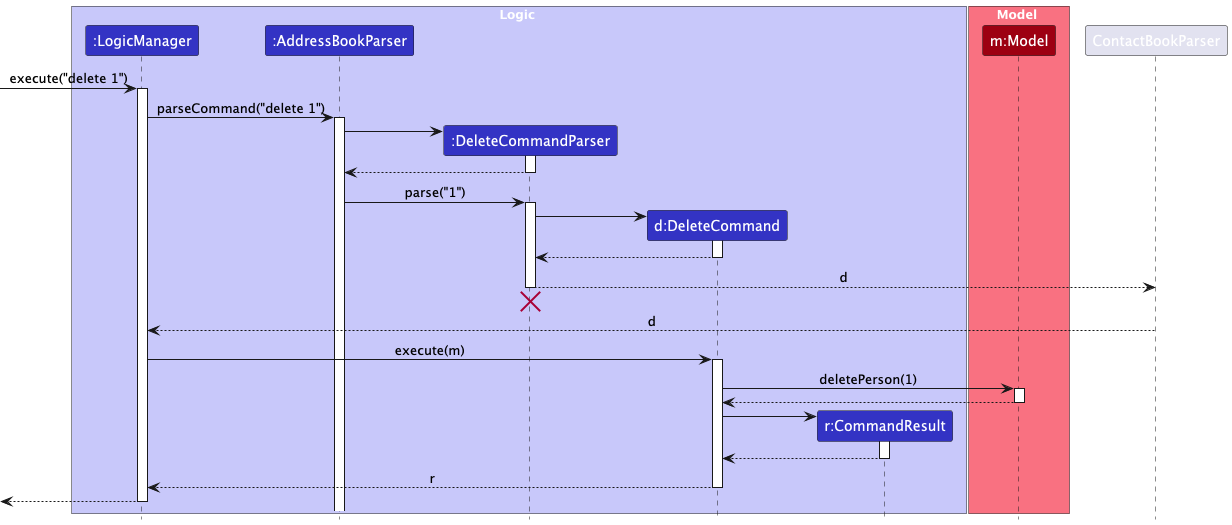
Earlier version of the PlantUML export docs/images/DeleteSequenceDiagram.png (zachchong/tp). The source it was exported from:
```plantuml
@startuml
!include style.puml
skinparam ArrowFontStyle plain

box Logic LOGIC_COLOR_T1
participant ":LogicManager" as LogicManager LOGIC_COLOR
participant ":AddressBookParser" as AddressBookParser LOGIC_COLOR
participant ":DeleteCommandParser" as DeleteCommandParser LOGIC_COLOR
participant "d:DeleteCommand" as DeleteCommand LOGIC_COLOR
participant "r:CommandResult" as CommandResult LOGIC_COLOR
end box

box Model MODEL_COLOR_T1
participant "m:Model" as Model MODEL_COLOR
end box

[-> LogicManager : execute("delete 1")
activate LogicManager

LogicManager -> AddressBookParser : parseCommand("delete 1")
activate AddressBookParser

create DeleteCommandParser
AddressBookParser -> DeleteCommandParser
activate DeleteCommandParser

DeleteCommandParser --> AddressBookParser
deactivate DeleteCommandParser

AddressBookParser -> DeleteCommandParser : parse("1")
activate DeleteCommandParser

create DeleteCommand
DeleteCommandParser -> DeleteCommand
activate DeleteCommand

DeleteCommand --> DeleteCommandParser :
deactivate DeleteCommand

DeleteCommandParser --> ContactBookParser : d
deactivate DeleteCommandParser
DeleteCommandParser -[hidden]-> ContactBookParser
destroy DeleteCommandParser

ContactBookParser --> LogicManager : d
deactivate ContactBookParser

LogicManager -> DeleteCommand : execute(m)
activate DeleteCommand

DeleteCommand -> Model : deletePerson(1)
activate Model

Model --> DeleteCommand
deactivate Model

create CommandResult
DeleteCommand -> CommandResult
activate CommandResult

CommandResult --> DeleteCommand
deactivate CommandResult

DeleteCommand --> LogicManager : r
deactivate DeleteCommand

[<--LogicManager
deactivate LogicManager
@enduml
```
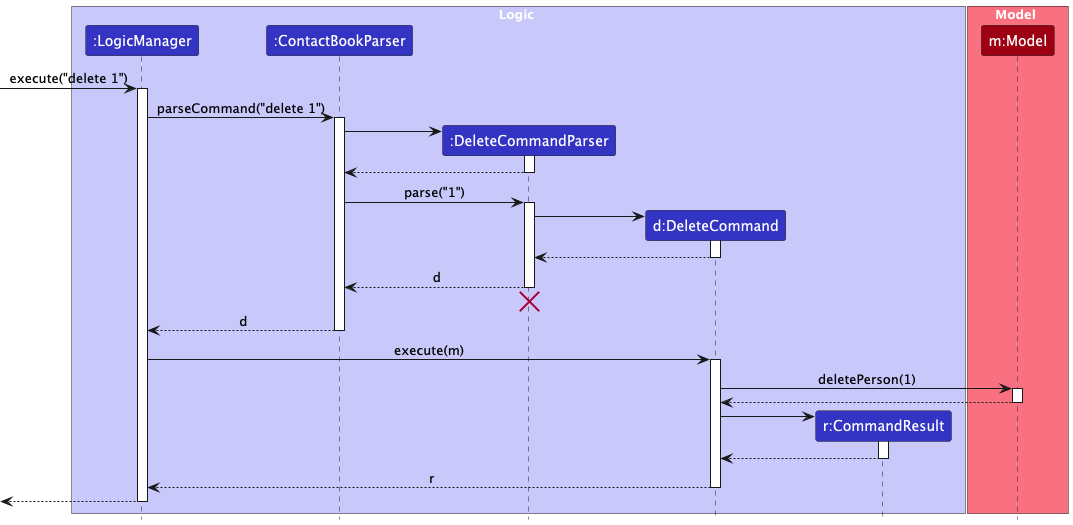
Above is the later version.

Diff of the diagram source:
```diff
@@ -4,7 +4,7 @@
 
 box Logic LOGIC_COLOR_T1
 participant ":LogicManager" as LogicManager LOGIC_COLOR
-participant ":AddressBookParser" as AddressBookParser LOGIC_COLOR
+participant ":ContactBookParser" as ContactBookParser LOGIC_COLOR
 participant ":DeleteCommandParser" as DeleteCommandParser LOGIC_COLOR
 participant "d:DeleteCommand" as DeleteCommand LOGIC_COLOR
 participant "r:CommandResult" as CommandResult LOGIC_COLOR
@@ -17,17 +17,17 @@
 [-> LogicManager : execute("delete 1")
 activate LogicManager
 
-LogicManager -> AddressBookParser : parseCommand("delete 1")
-activate AddressBookParser
+LogicManager -> ContactBookParser : parseCommand("delete 1")
+activate ContactBookParser
 
 create DeleteCommandParser
-AddressBookParser -> DeleteCommandParser
+ContactBookParser -> DeleteCommandParser
 activate DeleteCommandParser
 
-DeleteCommandParser --> AddressBookParser
+DeleteCommandParser --> ContactBookParser
 deactivate DeleteCommandParser
 
-AddressBookParser -> DeleteCommandParser : parse("1")
+ContactBookParser -> DeleteCommandParser : parse("1")
 activate DeleteCommandParser
 
 create DeleteCommand
```
